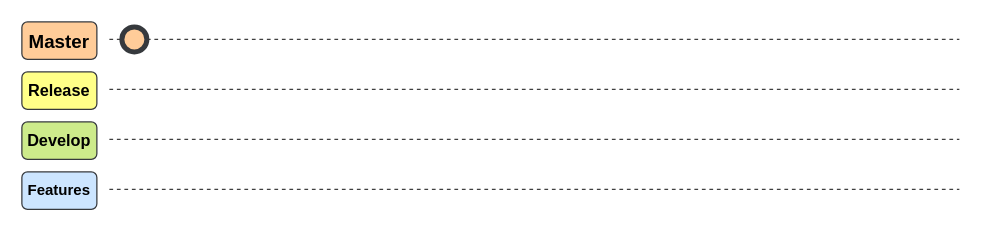
Before: page "Feature2" (2 of 2) of 03_ImagenesRepo/01_GitFlow.drawio in LEOSZ8/Tesis_Msc_LSZ, a draw.io diagram. Source tidied: cells renumbered, new cells numbered last; positions are measured from the earlier drawing's top-left corner, leaving out a move shared by most shapes. Both pictures are drawn from the tidied source at 125%, with x=0, y=0 at pixel (21, 21).
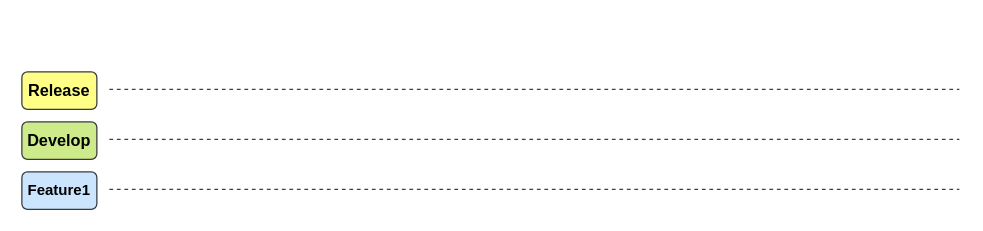
The same diagram, later.

Change to the diagram source:
```diff
@@
 <mxGraphModel>
   <root>
     <mxCell id="0" />
     <mxCell id="1" parent="0" />
-    <mxCell id="2" style="endArrow=none;html=1;rounded=0;dashed=1;opacity=75;" parent="1" edge="1">
-      <mxGeometry relative="1" as="geometry">
-        <mxPoint x="70" y="14" as="sourcePoint" />
-        <mxPoint x="750" y="14" as="targetPoint" />
-      </mxGeometry>
-    </mxCell>
     <mxCell id="3" style="endArrow=none;html=1;rounded=0;dashed=1;opacity=75;" parent="1" edge="1">
       <mxGeometry relative="1" as="geometry">
         <mxPoint x="70" y="54" as="sourcePoint" />
         <mxPoint x="750" y="54" as="targetPoint" />
       </mxGeometry>
     </mxCell>
     <mxCell id="4" style="endArrow=none;html=1;rounded=0;dashed=1;opacity=75;" parent="1" edge="1">
       <mxGeometry relative="1" as="geometry">
         <mxPoint x="70" y="94" as="sourcePoint" />
         <mxPoint x="750" y="94" as="targetPoint" />
       </mxGeometry>
     </mxCell>
     <mxCell id="5" style="endArrow=none;html=1;rounded=0;dashed=1;opacity=75;" parent="1" edge="1">
       <mxGeometry relative="1" as="geometry">
         <mxPoint x="70" y="134" as="sourcePoint" />
         <mxPoint x="750" y="134" as="targetPoint" />
       </mxGeometry>
     </mxCell>
-    <mxCell id="6" value="&lt;b&gt;&lt;font style=&quot;font-size: 15px;&quot;&gt;Master&lt;/font&gt;&lt;/b&gt;" style="rounded=1;whiteSpace=wrap;html=1;fillColor=#ffcc99;strokeColor=#36393d;" parent="1" vertex="1">
-      <mxGeometry width="60" height="30" as="geometry" />
-    </mxCell>
     <mxCell id="7" value="&lt;b style=&quot;&quot;&gt;&lt;font style=&quot;font-size: 13px;&quot;&gt;Release&lt;/font&gt;&lt;/b&gt;" style="rounded=1;whiteSpace=wrap;html=1;fillColor=#ffff88;strokeColor=#36393d;" parent="1" vertex="1">
       <mxGeometry y="40" width="60" height="30" as="geometry" />
     </mxCell>
     <mxCell id="8" value="&lt;b&gt;&lt;font style=&quot;font-size: 13px;&quot;&gt;Develop&lt;/font&gt;&lt;/b&gt;" style="rounded=1;whiteSpace=wrap;html=1;fillColor=#cdeb8b;strokeColor=#36393d;" parent="1" vertex="1">
       <mxGeometry y="80" width="60" height="30" as="geometry" />
     </mxCell>
-    <mxCell id="9" value="&lt;b&gt;&lt;font&gt;Features&lt;/font&gt;&lt;/b&gt;" style="rounded=1;whiteSpace=wrap;html=1;fillColor=#cce5ff;strokeColor=#36393d;" parent="1" vertex="1">
+    <mxCell id="9" value="&lt;b&gt;&lt;font&gt;Feature1&lt;/font&gt;&lt;/b&gt;" style="rounded=1;whiteSpace=wrap;html=1;fillColor=#cce5ff;strokeColor=#36393d;" parent="1" vertex="1">
       <mxGeometry y="120" width="60" height="30" as="geometry" />
     </mxCell>
-    <mxCell id="10" style="ellipse;whiteSpace=wrap;html=1;fillColor=#ffcc99;strokeColor=#36393d;strokeWidth=4;" parent="1" vertex="1">
-      <mxGeometry x="80" y="4" width="20" height="20" as="geometry" />
-    </mxCell>
   </root>
 </mxGraphModel>
```
